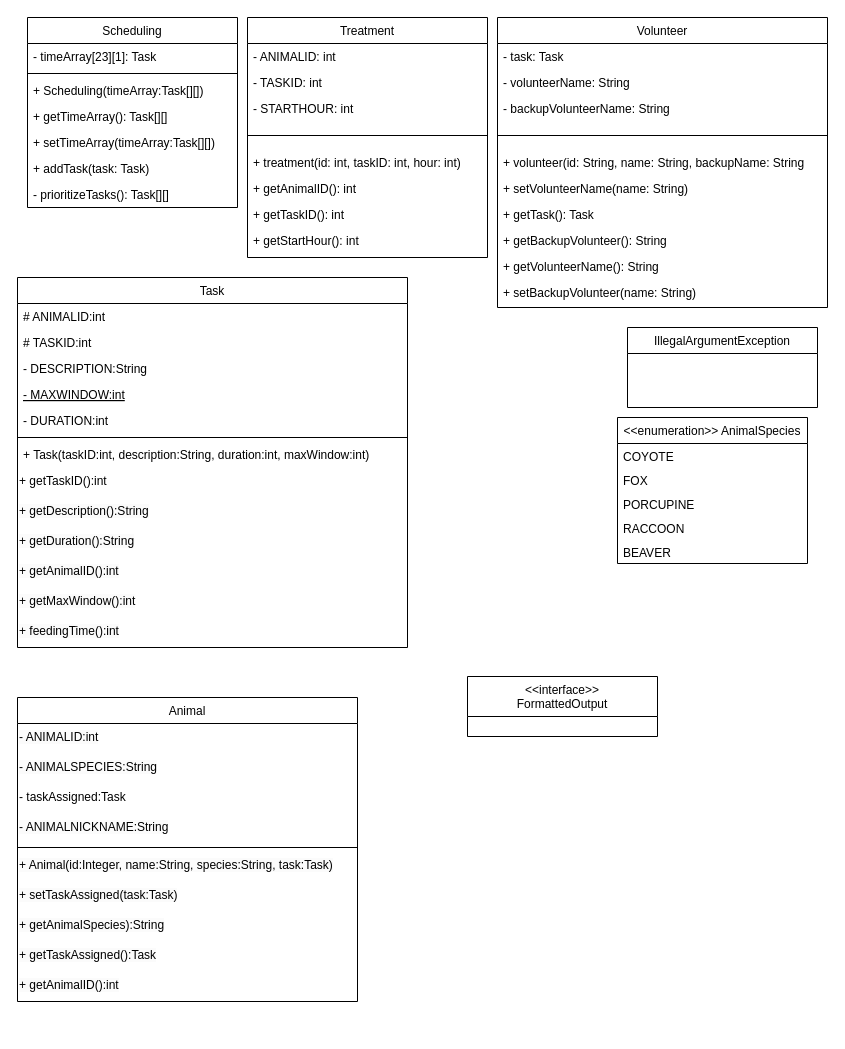
arminsandhu/ZooKeeper-Scheduler keeps this draw.io diagram as Project-UML.drawio. Above is the earlier version. Source tidied: cells renumbered, new cells numbered last; positions are measured from the earlier drawing's top-left corner, leaving out a move shared by most shapes. Both pictures are drawn from the tidied source at 100%, with x=0, y=0 at pixel (17, 17).
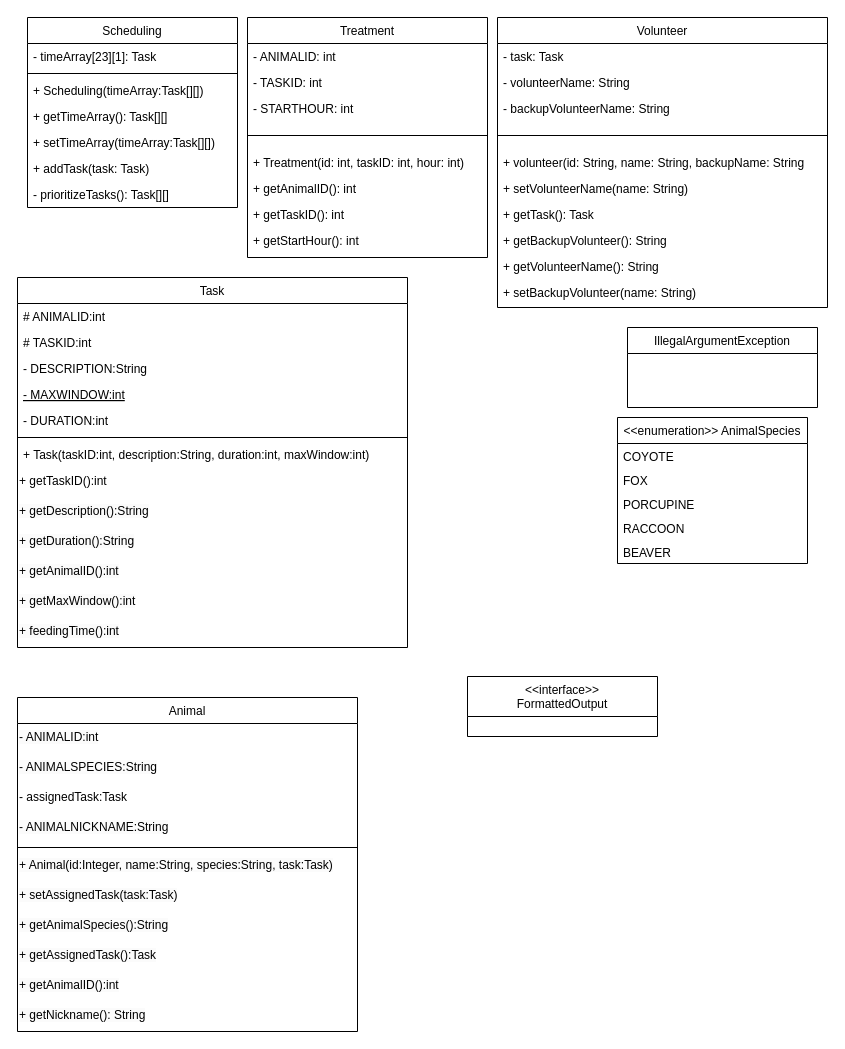
The same diagram, later.

Unchanged cells that the change refers to:
```xml
<mxCell id="21" value="Treatment" style="swimlane;fontStyle=0;align=center;verticalAlign=top;horizontal=1;startSize=26;rounded=0;shadow=0;strokeWidth=1;" parent="1" vertex="1">
  <mxGeometry x="230" width="240" height="240" as="geometry" />
</mxCell>
```

Diff of the diagram source:
```diff
@@
-    <mxCell id="26" value="+ treatment(id: int, taskID: int, hour: int)" style="text;align=left;verticalAlign=top;spacingLeft=4;spacingRight=4;overflow=hidden;" parent="21" vertex="1">
+    <mxCell id="26" value="+ Treatment(id: int, taskID: int, hour: int)" style="text;align=left;verticalAlign=top;spacingLeft=4;spacingRight=4;overflow=hidden;" parent="21" vertex="1">
       <mxGeometry y="132" width="240" height="26" as="geometry" />
     </mxCell>
@@
     <mxCell id="51" value="Animal" style="swimlane;fontStyle=0;align=center;verticalAlign=top;horizontal=1;startSize=26;rounded=0;shadow=0;strokeWidth=1;" parent="1" vertex="1">
-      <mxGeometry y="680" width="340" height="304" as="geometry" />
+      <mxGeometry y="680" width="340" height="334" as="geometry" />
     </mxCell>
@@
-    <mxCell id="54" value="- taskAssigned:Task&lt;div style=&quot;border-color: var(--border-color); padding: 0px; margin: 0px;&quot;&gt;&lt;br style=&quot;border-color: var(--border-color); padding: 0px; margin: 0px; color: rgb(0, 0, 0); font-family: Helvetica; font-size: 12px; font-style: normal; font-variant-ligatures: normal; font-variant-caps: normal; font-weight: 400; letter-spacing: normal; orphans: 2; text-align: left; text-indent: 0px; text-transform: none; widows: 2; word-spacing: 0px; -webkit-text-stroke-width: 0px; background-color: rgb(251, 251, 251); text-decoration-thickness: initial; text-decoration-style: initial; text-decoration-color: initial;&quot;&gt;&lt;/div&gt;" style="text;whiteSpace=wrap;html=1;" parent="51" vertex="1">
+    <mxCell id="54" value="- assignedTask:Task&lt;div style=&quot;border-color: var(--border-color); padding: 0px; margin: 0px;&quot;&gt;&lt;br style=&quot;border-color: var(--border-color); padding: 0px; margin: 0px; color: rgb(0, 0, 0); font-family: Helvetica; font-size: 12px; font-style: normal; font-variant-ligatures: normal; font-variant-caps: normal; font-weight: 400; letter-spacing: normal; orphans: 2; text-align: left; text-indent: 0px; text-transform: none; widows: 2; word-spacing: 0px; -webkit-text-stroke-width: 0px; background-color: rgb(251, 251, 251); text-decoration-thickness: initial; text-decoration-style: initial; text-decoration-color: initial;&quot;&gt;&lt;/div&gt;" style="text;whiteSpace=wrap;html=1;" parent="51" vertex="1">
       <mxGeometry y="86" width="340" height="30" as="geometry" />
     </mxCell>
@@
-    <mxCell id="58" value="&lt;span style=&quot;color: rgb(0, 0, 0); font-family: Helvetica; font-size: 12px; font-style: normal; font-variant-ligatures: normal; font-variant-caps: normal; font-weight: 400; letter-spacing: normal; orphans: 2; text-align: left; text-indent: 0px; text-transform: none; widows: 2; word-spacing: 0px; -webkit-text-stroke-width: 0px; background-color: rgb(251, 251, 251); text-decoration-thickness: initial; text-decoration-style: initial; text-decoration-color: initial; float: none; display: inline !important;&quot;&gt;+ setTaskAssigned(task:Task)&lt;/span&gt;&lt;br style=&quot;border-color: var(--border-color); color: rgb(0, 0, 0); font-family: Helvetica; font-size: 12px; font-style: normal; font-variant-ligatures: normal; font-variant-caps: normal; font-weight: 400; letter-spacing: normal; orphans: 2; text-align: left; text-indent: 0px; text-transform: none; widows: 2; word-spacing: 0px; -webkit-text-stroke-width: 0px; background-color: rgb(251, 251, 251); text-decoration-thickness: initial; text-decoration-style: initial; text-decoration-color: initial;&quot;&gt;" style="text;whiteSpace=wrap;html=1;" parent="51" vertex="1">
+    <mxCell id="58" value="&lt;span style=&quot;color: rgb(0, 0, 0); font-family: Helvetica; font-size: 12px; font-style: normal; font-variant-ligatures: normal; font-variant-caps: normal; font-weight: 400; letter-spacing: normal; orphans: 2; text-align: left; text-indent: 0px; text-transform: none; widows: 2; word-spacing: 0px; -webkit-text-stroke-width: 0px; background-color: rgb(251, 251, 251); text-decoration-thickness: initial; text-decoration-style: initial; text-decoration-color: initial; float: none; display: inline !important;&quot;&gt;+ setAssignedTask(task:Task)&lt;/span&gt;" style="text;whiteSpace=wrap;html=1;" parent="51" vertex="1">
       <mxGeometry y="184" width="340" height="30" as="geometry" />
     </mxCell>
-    <mxCell id="59" value="&lt;span style=&quot;color: rgb(0, 0, 0); font-family: Helvetica; font-size: 12px; font-style: normal; font-variant-ligatures: normal; font-variant-caps: normal; font-weight: 400; letter-spacing: normal; orphans: 2; text-align: left; text-indent: 0px; text-transform: none; widows: 2; word-spacing: 0px; -webkit-text-stroke-width: 0px; background-color: rgb(251, 251, 251); text-decoration-thickness: initial; text-decoration-style: initial; text-decoration-color: initial; float: none; display: inline !important;&quot;&gt;+ getAnimalSpecies):String&lt;/span&gt;&lt;br style=&quot;border-color: var(--border-color); color: rgb(0, 0, 0); font-family: Helvetica; font-size: 12px; font-style: normal; font-variant-ligatures: normal; font-variant-caps: normal; font-weight: 400; letter-spacing: normal; orphans: 2; text-align: left; text-indent: 0px; text-transform: none; widows: 2; word-spacing: 0px; -webkit-text-stroke-width: 0px; background-color: rgb(251, 251, 251); text-decoration-thickness: initial; text-decoration-style: initial; text-decoration-color: initial;&quot;&gt;" style="text;whiteSpace=wrap;html=1;" parent="51" vertex="1">
+    <mxCell id="59" value="&lt;span style=&quot;color: rgb(0, 0, 0); font-family: Helvetica; font-size: 12px; font-style: normal; font-variant-ligatures: normal; font-variant-caps: normal; font-weight: 400; letter-spacing: normal; orphans: 2; text-align: left; text-indent: 0px; text-transform: none; widows: 2; word-spacing: 0px; -webkit-text-stroke-width: 0px; background-color: rgb(251, 251, 251); text-decoration-thickness: initial; text-decoration-style: initial; text-decoration-color: initial; float: none; display: inline !important;&quot;&gt;+ getAnimalSpecies():String&lt;/span&gt;" style="text;whiteSpace=wrap;html=1;" parent="51" vertex="1">
       <mxGeometry y="214" width="340" height="30" as="geometry" />
     </mxCell>
-    <mxCell id="60" value="&lt;span style=&quot;color: rgb(0, 0, 0); font-family: Helvetica; font-size: 12px; font-style: normal; font-variant-ligatures: normal; font-variant-caps: normal; font-weight: 400; letter-spacing: normal; orphans: 2; text-align: left; text-indent: 0px; text-transform: none; widows: 2; word-spacing: 0px; -webkit-text-stroke-width: 0px; background-color: rgb(251, 251, 251); text-decoration-thickness: initial; text-decoration-style: initial; text-decoration-color: initial; float: none; display: inline !important;&quot;&gt;+ getTaskAssigned():Task&lt;/span&gt;" style="text;whiteSpace=wrap;html=1;" parent="51" vertex="1">
+    <mxCell id="60" value="&lt;span style=&quot;color: rgb(0, 0, 0); font-family: Helvetica; font-size: 12px; font-style: normal; font-variant-ligatures: normal; font-variant-caps: normal; font-weight: 400; letter-spacing: normal; orphans: 2; text-align: left; text-indent: 0px; text-transform: none; widows: 2; word-spacing: 0px; -webkit-text-stroke-width: 0px; background-color: rgb(251, 251, 251); text-decoration-thickness: initial; text-decoration-style: initial; text-decoration-color: initial; float: none; display: inline !important;&quot;&gt;+ getAssignedTask():Task&lt;/span&gt;" style="text;whiteSpace=wrap;html=1;" parent="51" vertex="1">
       <mxGeometry y="244" width="340" height="30" as="geometry" />
     </mxCell>
@@
+    <mxCell id="63" value="&lt;span style=&quot;color: rgb(0, 0, 0); font-family: Helvetica; font-size: 12px; font-style: normal; font-variant-ligatures: normal; font-variant-caps: normal; font-weight: 400; letter-spacing: normal; orphans: 2; text-align: left; text-indent: 0px; text-transform: none; widows: 2; word-spacing: 0px; -webkit-text-stroke-width: 0px; background-color: rgb(251, 251, 251); text-decoration-thickness: initial; text-decoration-style: initial; text-decoration-color: initial; float: none; display: inline !important;&quot;&gt;+ getNickname(): String&lt;/span&gt;" style="text;whiteSpace=wrap;html=1;" parent="51" vertex="1">
+      <mxGeometry y="304" width="340" height="30" as="geometry" />
+    </mxCell>
```
